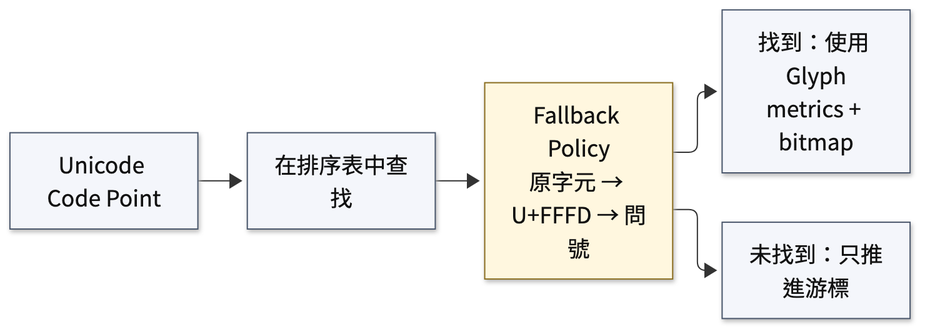
The Mermaid diagram docs/figures/app_b_gfnt-glyph-lookup.png in YuanOwO/CG-hw1-paint, before a commit. Its source is kept beside it as docs/figures-src/app_b_gfnt-glyph-lookup.mmd. The source it was exported from:
```mermaid
flowchart LR
    cp[Unicode Code Point] --> lookup[在排序表中查找]
    lookup --> fallback[Fallback Policy<br/>原字元 → U+FFFD → 問號]
    fallback --> found[找到：使用 Glyph<br/>metrics + bitmap]
    fallback --> missing[未找到：只推進游標]

    classDef step fill:#f4f6fb,stroke:#49566b,color:#111,stroke-width:1px;
    classDef decision fill:#fff7df,stroke:#8a6d1f,color:#111,stroke-width:1px;
    class cp,lookup,found,missing step;
    class fallback decision;
```
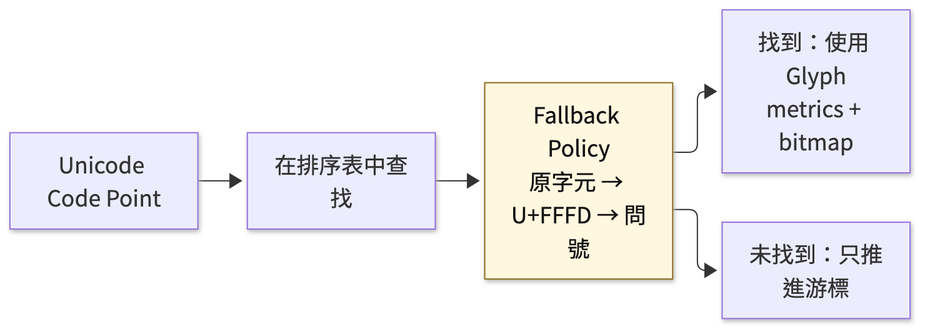
The same file after the commit.

The edit, as a diff of the source:
```diff
@@ -4,7 +4,5 @@
     fallback --> found[找到：使用 Glyph<br/>metrics + bitmap]
     fallback --> missing[未找到：只推進游標]
 
-    classDef step fill:#f4f6fb,stroke:#49566b,color:#111,stroke-width:1px;
     classDef decision fill:#fff7df,stroke:#8a6d1f,color:#111,stroke-width:1px;
-    class cp,lookup,found,missing step;
     class fallback decision;
```
